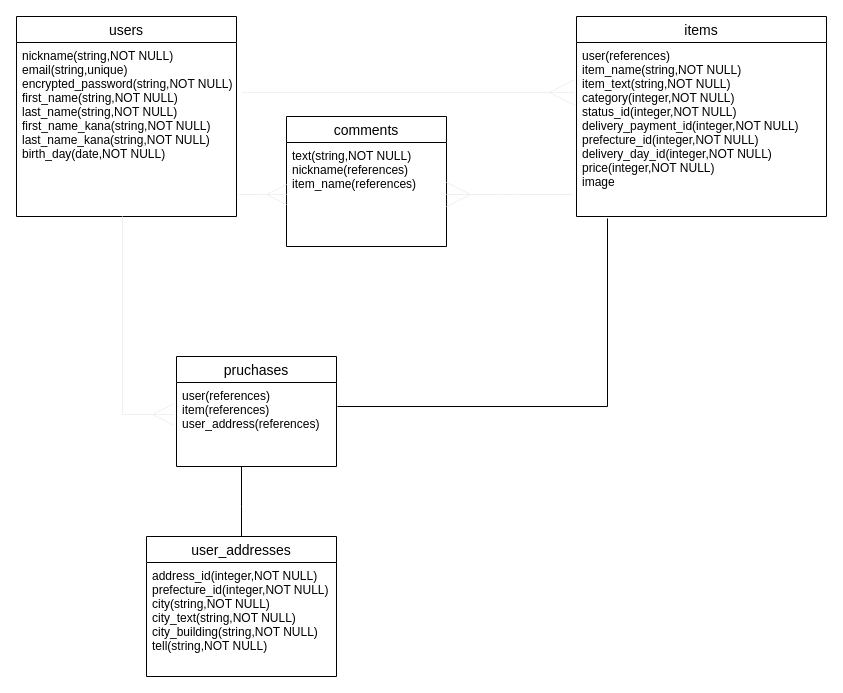
Above: ER.dio in shota-ishi73/furima-34251 (draw.io), before the change. Source tidied: cells renumbered, new cells numbered last; positions are measured from the earlier drawing's top-left corner, leaving out a move shared by most shapes. Both pictures are drawn from the tidied source at 100%, with x=0, y=0 at pixel (16, 16).
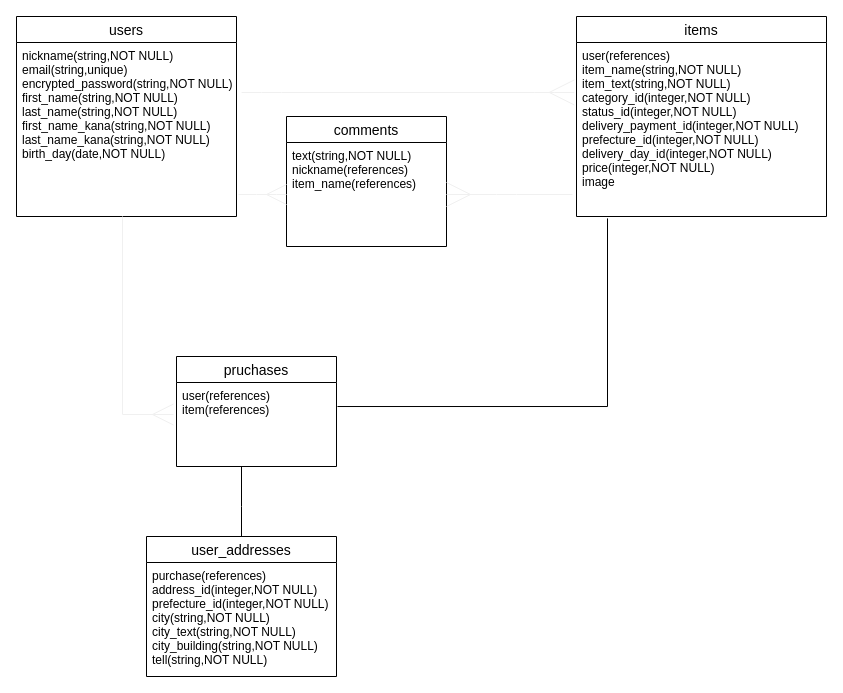
After the change.

The change refers to these unchanged cells:
```xml
<mxCell id="4" value="items" style="swimlane;fontStyle=0;horizontal=1;startSize=26;align=center;fontSize=14;" parent="1" vertex="1">
  <mxGeometry x="560" width="250" height="200" as="geometry" />
</mxCell>
<mxCell id="11" value="user_addresses" style="swimlane;fontStyle=0;horizontal=1;startSize=26;align=center;fontSize=14;strokeWidth=1;" parent="1" vertex="1">
  <mxGeometry x="130" y="520" width="190" height="140" as="geometry" />
</mxCell>
<mxCell id="13" value="pruchases" style="swimlane;fontStyle=0;horizontal=1;startSize=26;align=center;fontSize=14;" parent="1" vertex="1">
  <mxGeometry x="160" y="340" width="160" height="110" as="geometry" />
</mxCell>
```

The edit, as a diff of the source:
```diff
@@
-    <mxCell id="5" value="user(references)&#10;item_name(string,NOT NULL)&#10;item_text(string,NOT NULL)&#10;category(integer,NOT NULL)&#10;status_id(integer,NOT NULL)&#10;delivery_payment_id(integer,NOT NULL)&#10;prefecture_id(integer,NOT NULL)&#10;delivery_day_id(integer,NOT NULL)&#10;price(integer,NOT NULL)&#10;image" style="text;strokeColor=none;fillColor=none;spacingLeft=4;spacingRight=4;overflow=hidden;points=[[0,0.5],[1,0.5]];portConstraint=eastwest;fontSize=12;" parent="4" vertex="1">
+    <mxCell id="5" value="user(references)&#10;item_name(string,NOT NULL)&#10;item_text(string,NOT NULL)&#10;category_id(integer,NOT NULL)&#10;status_id(integer,NOT NULL)&#10;delivery_payment_id(integer,NOT NULL)&#10;prefecture_id(integer,NOT NULL)&#10;delivery_day_id(integer,NOT NULL)&#10;price(integer,NOT NULL)&#10;image" style="text;strokeColor=none;fillColor=none;spacingLeft=4;spacingRight=4;overflow=hidden;points=[[0,0.5],[1,0.5]];portConstraint=eastwest;fontSize=12;" parent="4" vertex="1">
       <mxGeometry y="26" width="250" height="174" as="geometry" />
     </mxCell>
@@
-    <mxCell id="12" value="address_id(integer,NOT NULL)&#10;prefecture_id(integer,NOT NULL)&#10;city(string,NOT NULL)&#10;city_text(string,NOT NULL)&#10;city_building(string,NOT NULL)&#10;tell(string,NOT NULL)&#10;" style="text;strokeColor=none;fillColor=none;spacingLeft=4;spacingRight=4;overflow=hidden;fontSize=12;" parent="11" vertex="1">
+    <mxCell id="12" value="purchase(references)&#10;address_id(integer,NOT NULL)&#10;prefecture_id(integer,NOT NULL)&#10;city(string,NOT NULL)&#10;city_text(string,NOT NULL)&#10;city_building(string,NOT NULL)&#10;tell(string,NOT NULL)&#10;" style="text;strokeColor=none;fillColor=none;spacingLeft=4;spacingRight=4;overflow=hidden;fontSize=12;" parent="11" vertex="1">
       <mxGeometry y="26" width="190" height="114" as="geometry" />
     </mxCell>
@@
-    <mxCell id="14" value="user(references)&#10;item(references)&#10;user_address(references)" style="text;strokeColor=none;fillColor=none;spacingLeft=4;spacingRight=4;overflow=hidden;points=[[0,0.5],[1,0.5]];portConstraint=eastwest;fontSize=12;" parent="13" vertex="1">
+    <mxCell id="14" value="user(references)&#10;item(references)" style="text;strokeColor=none;fillColor=none;spacingLeft=4;spacingRight=4;overflow=hidden;points=[[0,0.5],[1,0.5]];portConstraint=eastwest;fontSize=12;" parent="13" vertex="1">
       <mxGeometry y="26" width="160" height="84" as="geometry" />
     </mxCell>
```
